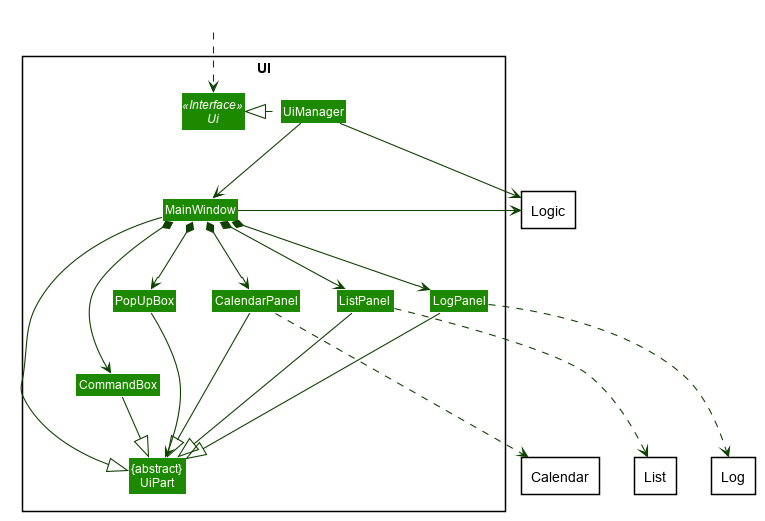
This is docs/images/UiClassDiagram.png from nus-cs2103-AY1920S1/addressbook-level3, a PlantUML export, as it was before one commit.
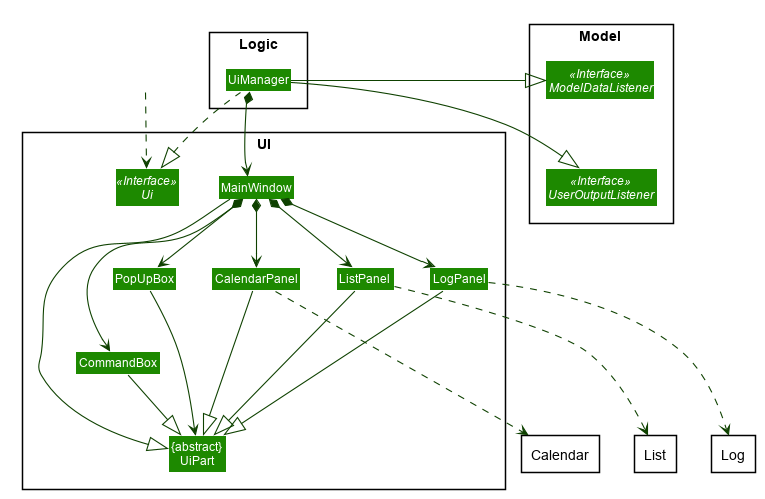
The same diagram one commit later.

The edit, as a diff of the source:
```diff
@@ -51,10 +51,9 @@
 skinparam arrowColor #0E4100
 skinparam classBackgroundColor #1D8900
 
-package UI <<Rectangle>>{
+package UI <<Rectangle>> {
 Interface Ui <<Interface>>
 Class "{abstract}\nUiPart" as UiPart
-Class UiManager
 Class MainWindow
 Class CommandBox
 Class CalendarPanel
@@ -64,6 +63,12 @@
 }
 
 package Logic <<Rectangle>> {
+    Class UiManager
+}
+
+package Model <<Rectangle>> {
+    Interface UserOutputListener <<Interface>>
+    Interface ModelDataListener <<Interface>>
 }
 
 package List <<Rectangle>> {
@@ -76,11 +81,12 @@
 }
 
 Class HiddenOutside #FFFFFF
-HiddenOutside ..> Ui
+HiddenOutside .down.> Ui
 
 UiManager .left.|> Ui
-UiManager -down-> MainWindow
-UiManager -right-> Logic
+UiManager -right-|> ModelDataListener
+UiManager -right-|> UserOutputListener
+UiManager *-down-> MainWindow
 
 MainWindow *-down-> CommandBox
 MainWindow *-down-> ListPanel
@@ -89,7 +95,6 @@
 MainWindow *-down-> PopUpBox
 
 MainWindow -|> UiPart
-MainWindow -right-> Logic
 
 CommandBox -down-|> UiPart
 
@@ -105,6 +110,7 @@
 PopUpBox -down--> UiPart
 
 MainWindow -[hidden]-|> UiPart
-MainWindow -[hidden]-|> UiPart
+UiManager -[hidden]-|> MainWindow
+ModelDataListener -[hidden]down-|> UserOutputListener
 
 @enduml
```
